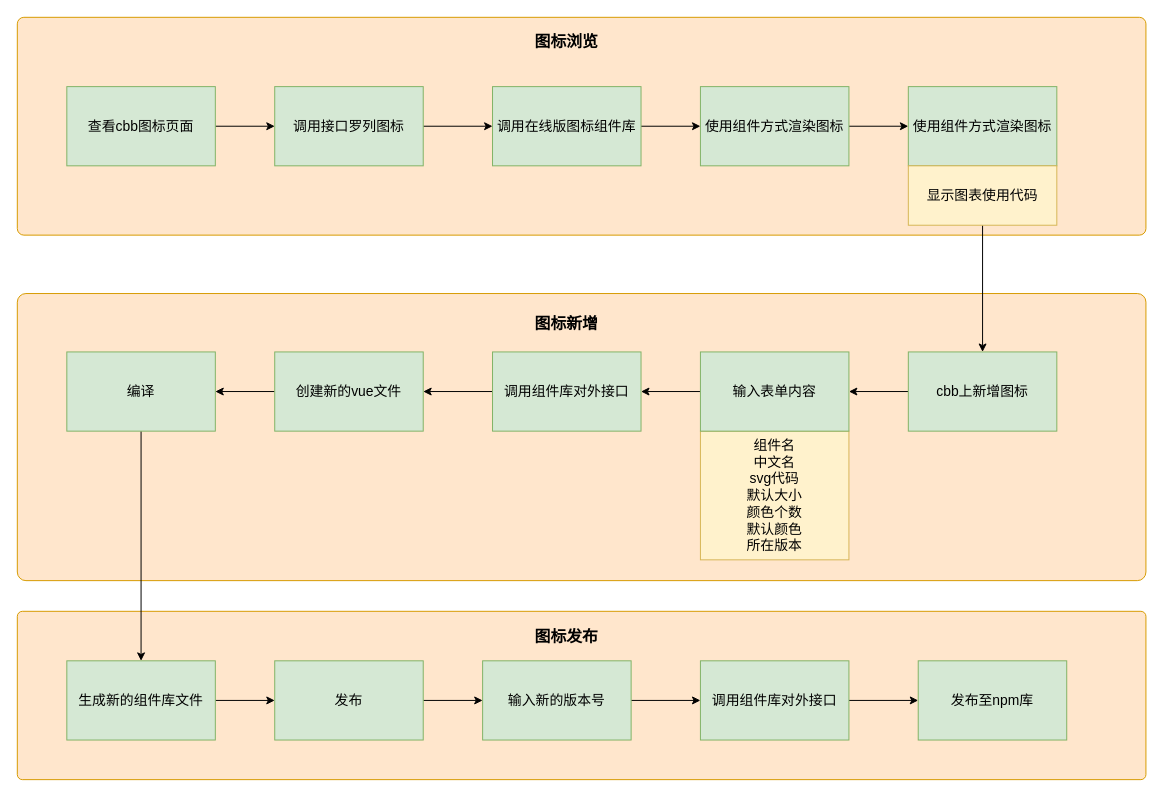
Above: 图标库整体流程.drawio in meterXu/drawiofile (draw.io), before the change. Source tidied: cells renumbered, new cells numbered last; positions are measured from the earlier drawing's top-left corner, leaving out a move shared by most shapes. Both pictures are drawn from the tidied source at 99%, with x=0, y=0 at pixel (17, 17).
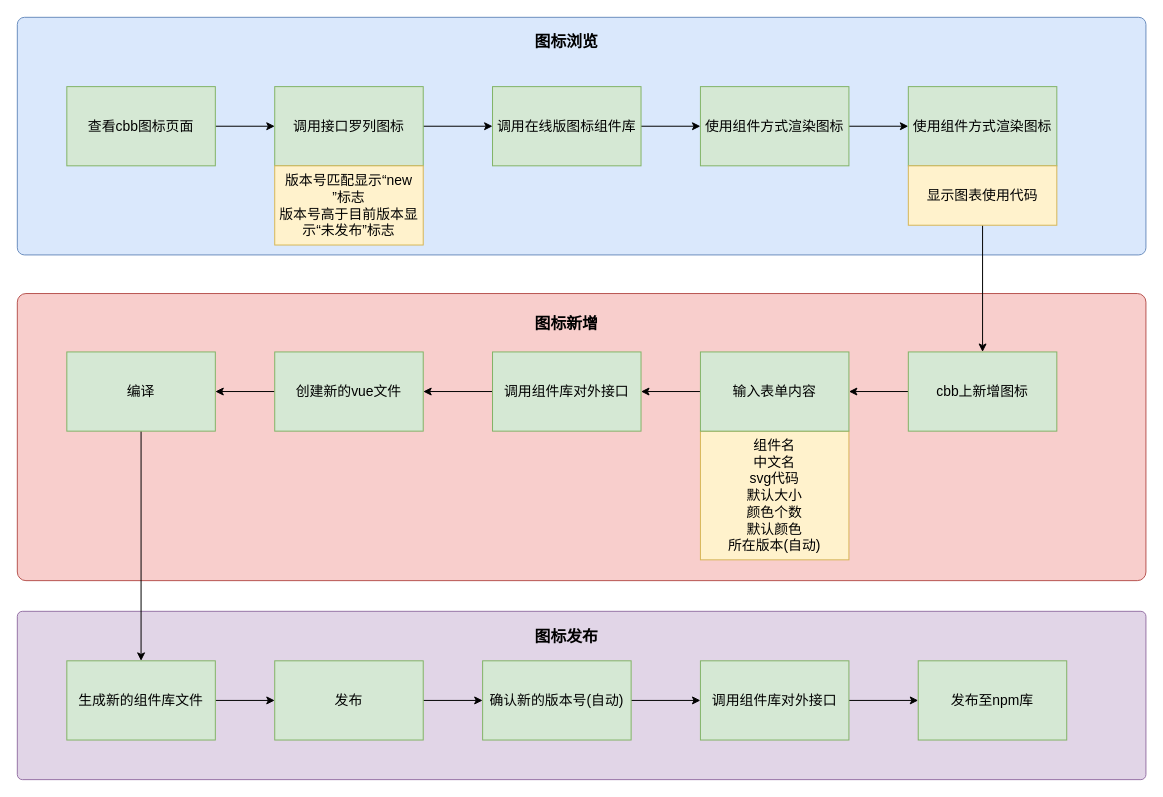
After the change.

Commit message (it also covers changes not shown here):
更新图标库整体流程.drawio

What changed in the source:
```diff
@@
-    <mxCell id="2" style="rounded=1;whiteSpace=wrap;html=1;fontSize=14;fillColor=#ffe6cc;strokeColor=#d79b00;arcSize=3;" parent="1" vertex="1">
+    <mxCell id="2" style="rounded=1;whiteSpace=wrap;html=1;fontSize=14;fillColor=#e1d5e7;strokeColor=#9673a6;arcSize=3;" parent="1" vertex="1">
       <mxGeometry y="600" width="1140" height="170" as="geometry" />
     </mxCell>
-    <mxCell id="3" style="rounded=1;whiteSpace=wrap;html=1;fontSize=14;fillColor=#ffe6cc;strokeColor=#d79b00;arcSize=3;" parent="1" vertex="1">
+    <mxCell id="3" style="rounded=1;whiteSpace=wrap;html=1;fontSize=14;fillColor=#f8cecc;strokeColor=#b85450;arcSize=3;" parent="1" vertex="1">
       <mxGeometry y="279" width="1140" height="290" as="geometry" />
     </mxCell>
-    <mxCell id="4" style="rounded=1;whiteSpace=wrap;html=1;fontSize=14;fillColor=#ffe6cc;strokeColor=#d79b00;arcSize=3;" parent="1" vertex="1">
-      <mxGeometry width="1140" height="220" as="geometry" />
+    <mxCell id="4" style="rounded=1;whiteSpace=wrap;html=1;fontSize=14;fillColor=#dae8fc;strokeColor=#6c8ebf;arcSize=3;" parent="1" vertex="1">
+      <mxGeometry width="1140" height="240" as="geometry" />
     </mxCell>
@@
-    <mxCell id="7" value="组件名&lt;br style=&quot;font-size: 14px;&quot;&gt;中文名&lt;br style=&quot;font-size: 14px;&quot;&gt;svg代码&lt;br style=&quot;font-size: 14px;&quot;&gt;默认大小&lt;br style=&quot;font-size: 14px;&quot;&gt;颜色个数&lt;br style=&quot;font-size: 14px;&quot;&gt;默认颜色&lt;br style=&quot;font-size: 14px;&quot;&gt;所在版本" style="rounded=0;whiteSpace=wrap;html=1;fontSize=14;fillColor=#fff2cc;strokeColor=#d6b656;" parent="1" vertex="1">
+    <mxCell id="7" value="组件名&lt;br style=&quot;font-size: 14px&quot;&gt;中文名&lt;br style=&quot;font-size: 14px&quot;&gt;svg代码&lt;br style=&quot;font-size: 14px&quot;&gt;默认大小&lt;br style=&quot;font-size: 14px&quot;&gt;颜色个数&lt;br style=&quot;font-size: 14px&quot;&gt;默认颜色&lt;br style=&quot;font-size: 14px&quot;&gt;所在版本(自动)" style="rounded=0;whiteSpace=wrap;html=1;fontSize=14;fillColor=#fff2cc;strokeColor=#d6b656;" parent="1" vertex="1">
       <mxGeometry x="690" y="418" width="150" height="130" as="geometry" />
     </mxCell>
@@
-    <mxCell id="9" value="&lt;font style=&quot;font-size: 14px&quot;&gt;调用接口罗列图标&lt;/font&gt;" style="rounded=0;whiteSpace=wrap;html=1;fillColor=#d5e8d4;strokeColor=#82b366;" parent="1" vertex="1">
+    <mxCell id="9" value="&lt;font style=&quot;font-size: 14px&quot;&gt;调用接口罗列图标&lt;br&gt;&lt;/font&gt;" style="rounded=0;whiteSpace=wrap;html=1;fillColor=#d5e8d4;strokeColor=#82b366;" parent="1" vertex="1">
       <mxGeometry x="260" y="70" width="150" height="80" as="geometry" />
     </mxCell>
@@
-    <mxCell id="30" value="&lt;span style=&quot;font-size: 14px&quot;&gt;输入新的版本号&lt;/span&gt;" style="rounded=0;whiteSpace=wrap;html=1;fillColor=#d5e8d4;strokeColor=#82b366;" parent="1" vertex="1">
+    <mxCell id="30" value="&lt;span style=&quot;font-size: 14px&quot;&gt;确认新的版本号(自动)&lt;/span&gt;" style="rounded=0;whiteSpace=wrap;html=1;fillColor=#d5e8d4;strokeColor=#82b366;" parent="1" vertex="1">
       <mxGeometry x="470" y="650" width="150" height="80" as="geometry" />
     </mxCell>
@@
+    <mxCell id="39" value="版本号匹配显示“new&lt;br&gt;”标志&lt;br&gt;版本号高于目前版本显示“未发布”标志" style="rounded=0;whiteSpace=wrap;html=1;fontSize=14;fillColor=#fff2cc;strokeColor=#d6b656;" parent="1" vertex="1">
+      <mxGeometry x="260" y="150" width="150" height="80" as="geometry" />
+    </mxCell>
```
